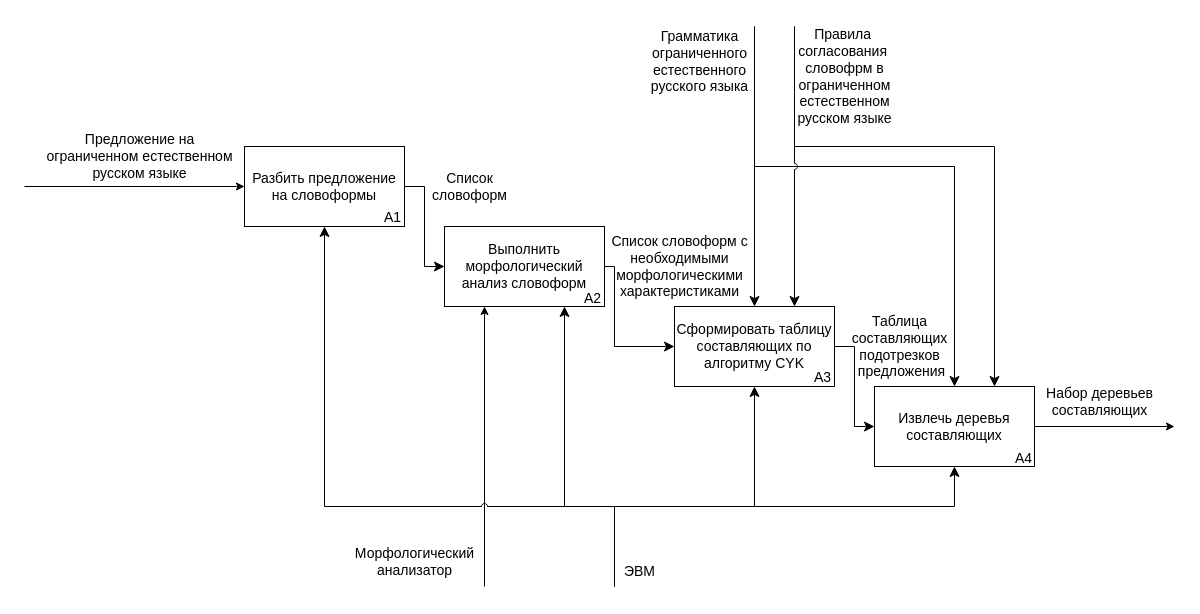
This is report/images/A1.drawio from PajiloyLis/BMSTU-VKRB, a draw.io file, before an edit. Source tidied: cells renumbered, new cells numbered last; positions are measured from the earlier drawing's top-left corner, leaving out a move shared by most shapes. Both pictures are drawn from the tidied source at 100%, with x=0, y=0 at pixel (24, 21).
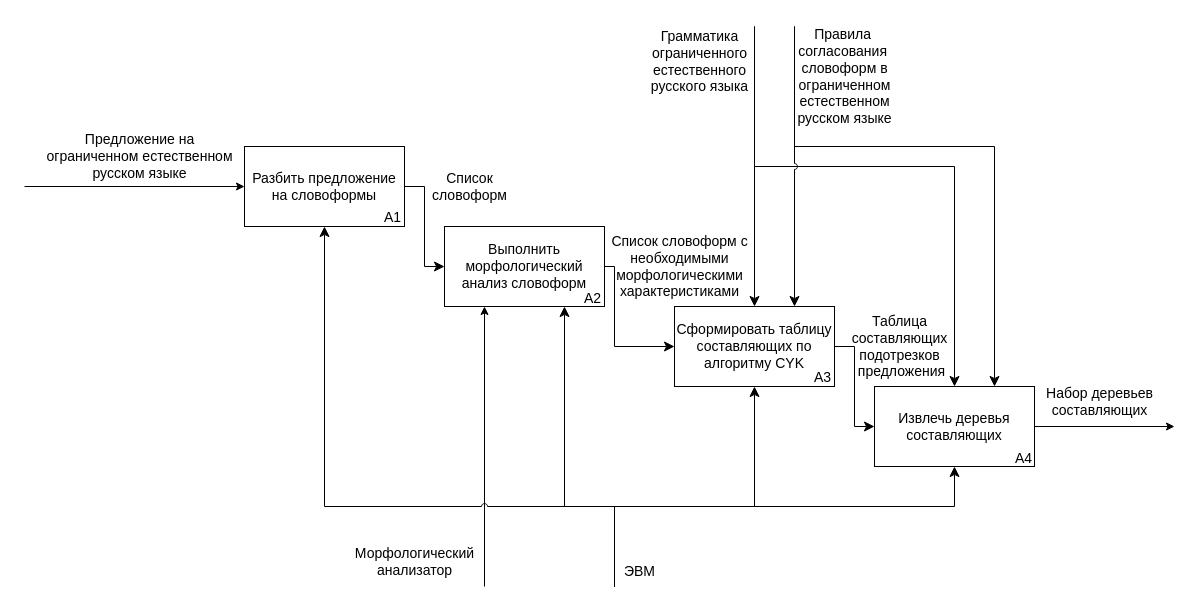
Above is the later version.

Change to the diagram source:
```diff
@@
-    <mxCell id="31" value="Правила&amp;nbsp;&lt;br&gt;согласования&amp;nbsp;&lt;div&gt;словофрм в&lt;/div&gt;&lt;div&gt;ограниченном&lt;/div&gt;&lt;div&gt;естественном&lt;/div&gt;&lt;div&gt;русском языке&lt;/div&gt;" style="text;html=1;align=center;verticalAlign=middle;strokeColor=none;fillColor=none;fontSize=14;" parent="1" vertex="1">
+    <mxCell id="31" value="Правила&amp;nbsp;&lt;br&gt;согласования&amp;nbsp;&lt;div&gt;словоформ в&lt;/div&gt;&lt;div&gt;ограниченном&lt;/div&gt;&lt;div&gt;естественном&lt;/div&gt;&lt;div&gt;русском языке&lt;/div&gt;" style="text;html=1;align=center;verticalAlign=middle;strokeColor=none;fillColor=none;fontSize=14;" parent="1" vertex="1">
       <mxGeometry x="760" width="120" height="110" as="geometry" />
     </mxCell>
```
